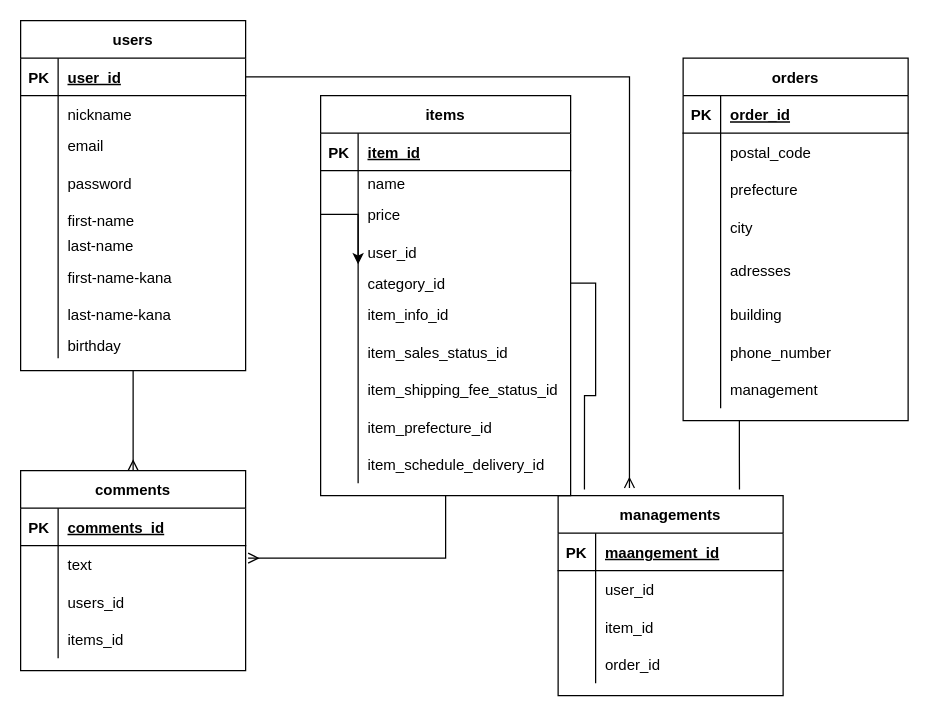
Earlier version of the draw.io diagram test.dio (naotomineta/furima-30620). Source tidied: cells renumbered, new cells numbered last; positions are measured from the earlier drawing's top-left corner, leaving out a move shared by most shapes. Both pictures are drawn from the tidied source at 125%, with x=0, y=0 at pixel (20, 20).
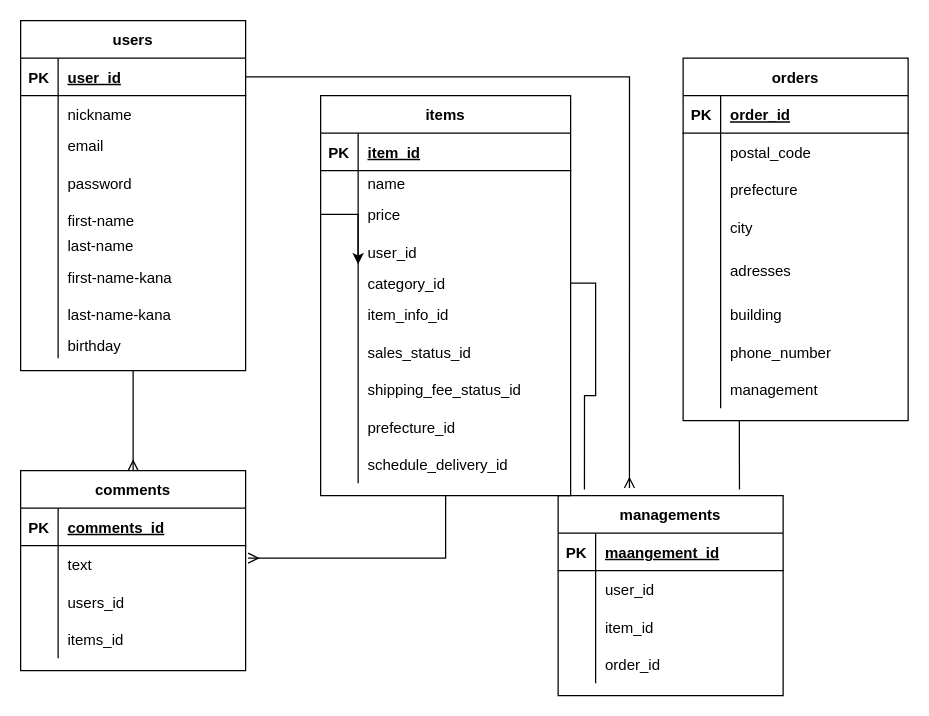
Above is the later version.

Commit message (it also covers changes not shown here):
ER図、READMEの作成5

Unchanged cells that the change refers to:
```xml
<mxCell id="105" style="shape=partialRectangle;fillColor=none;top=0;left=0;bottom=0;right=0;" parent="86" vertex="1">
  <mxGeometry y="190" width="200" height="30" as="geometry" />
</mxCell>
<mxCell id="108" style="shape=partialRectangle;fillColor=none;top=0;left=0;bottom=0;right=0;" parent="86" vertex="1">
  <mxGeometry y="220" width="200" height="30" as="geometry" />
</mxCell>
<mxCell id="111" style="shape=partialRectangle;fillColor=none;top=0;left=0;bottom=0;right=0;" parent="86" vertex="1">
  <mxGeometry y="250" width="200" height="30" as="geometry" />
</mxCell>
<mxCell id="114" style="shape=partialRectangle;fillColor=none;top=0;left=0;bottom=0;right=0;" parent="86" vertex="1">
  <mxGeometry y="280" width="200" height="30" as="geometry" />
</mxCell>
```

Change to the diagram source:
```diff
@@
-    <mxCell id="107" value="item_sales_status_id" style="shape=partialRectangle;fillColor=none;top=0;left=0;bottom=0;right=0;align=left;spacingLeft=6;overflow=hidden;" parent="105" vertex="1">
+    <mxCell id="107" value="sales_status_id" style="shape=partialRectangle;fillColor=none;top=0;left=0;bottom=0;right=0;align=left;spacingLeft=6;overflow=hidden;" parent="105" vertex="1">
       <mxGeometry x="30" width="170" height="30" as="geometry" />
     </mxCell>
@@
-    <mxCell id="110" value="item_shipping_fee_status_id" style="shape=partialRectangle;fillColor=none;top=0;left=0;bottom=0;right=0;align=left;spacingLeft=6;overflow=hidden;" parent="108" vertex="1">
+    <mxCell id="110" value="shipping_fee_status_id" style="shape=partialRectangle;fillColor=none;top=0;left=0;bottom=0;right=0;align=left;spacingLeft=6;overflow=hidden;" parent="108" vertex="1">
       <mxGeometry x="30" width="170" height="30" as="geometry" />
     </mxCell>
@@
-    <mxCell id="113" value="item_prefecture_id" style="shape=partialRectangle;fillColor=none;top=0;left=0;bottom=0;right=0;align=left;spacingLeft=6;overflow=hidden;" parent="111" vertex="1">
+    <mxCell id="113" value="prefecture_id" style="shape=partialRectangle;fillColor=none;top=0;left=0;bottom=0;right=0;align=left;spacingLeft=6;overflow=hidden;" parent="111" vertex="1">
       <mxGeometry x="30" width="170" height="30" as="geometry" />
     </mxCell>
@@
-    <mxCell id="116" value="item_schedule_delivery_id" style="shape=partialRectangle;fillColor=none;top=0;left=0;bottom=0;right=0;align=left;spacingLeft=6;overflow=hidden;" parent="114" vertex="1">
+    <mxCell id="116" value="schedule_delivery_id" style="shape=partialRectangle;fillColor=none;top=0;left=0;bottom=0;right=0;align=left;spacingLeft=6;overflow=hidden;" parent="114" vertex="1">
       <mxGeometry x="30" width="170" height="30" as="geometry" />
     </mxCell>
```
